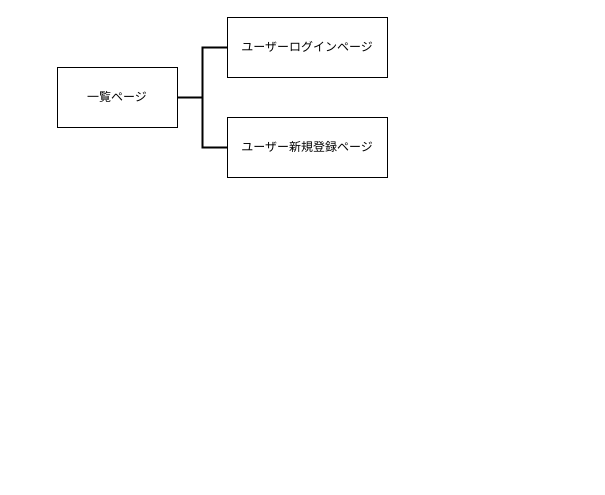
The draw.io diagram 画面遷移図.drawio in fuku0717/climbing_app, before the edit. Source tidied: cells renumbered, new cells numbered last; positions are measured from the earlier drawing's top-left corner, leaving out a move shared by most shapes. Both pictures are drawn from the tidied source at 100%, with x=0, y=0 at pixel (57, 17).
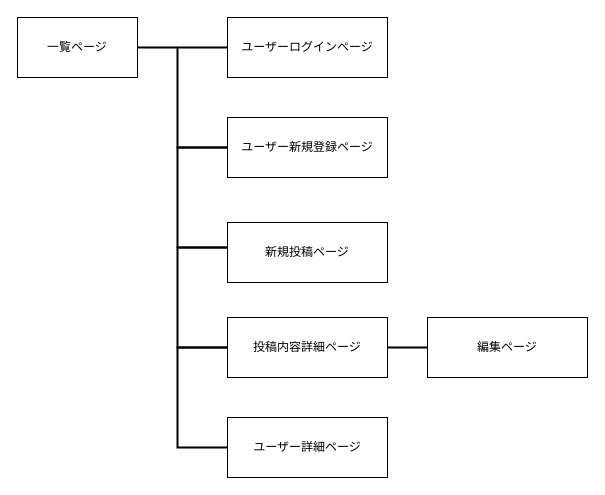
The same page after the edit.

Commit message:
画面遷移図.drawio を更新します

What changed in the source:
```diff
@@
 <mxGraphModel>
   <root>
     <mxCell id="0" />
     <mxCell id="1" parent="0" />
-    <mxCell id="2" style="strokeWidth=2;html=1;shape=mxgraph.flowchart.annotation_2;align=left;labelPosition=right;" parent="1" vertex="1">
-      <mxGeometry x="120" y="30" width="50" height="100" as="geometry" />
-    </mxCell>
     <mxCell id="3" value="一覧ページ" style="rounded=0;whiteSpace=wrap;html=1;" parent="1" vertex="1">
-      <mxGeometry y="50" width="120" height="60" as="geometry" />
+      <mxGeometry x="-40" width="120" height="60" as="geometry" />
     </mxCell>
     <mxCell id="4" value="ユーザーログインページ" style="rounded=0;whiteSpace=wrap;html=1;" parent="1" vertex="1">
       <mxGeometry x="170" width="160" height="60" as="geometry" />
     </mxCell>
     <mxCell id="5" value="ユーザー新規登録ページ" style="rounded=0;whiteSpace=wrap;html=1;" parent="1" vertex="1">
       <mxGeometry x="170" y="100" width="160" height="60" as="geometry" />
     </mxCell>
+    <mxCell id="6" style="edgeStyle=orthogonalEdgeStyle;rounded=0;orthogonalLoop=1;jettySize=auto;html=1;exitX=0.5;exitY=0;exitDx=0;exitDy=0;exitPerimeter=0;entryX=0.5;entryY=0;entryDx=0;entryDy=0;entryPerimeter=0;" parent="1" edge="1">
+      <mxGeometry relative="1" as="geometry">
+        <mxPoint x="155" y="180" as="sourcePoint" />
+        <mxPoint x="155" y="180" as="targetPoint" />
+      </mxGeometry>
+    </mxCell>
+    <mxCell id="7" style="line;strokeWidth=2;html=1;perimeter=backbonePerimeter;" parent="1" vertex="1">
+      <mxGeometry x="80" y="25" width="40" height="10" as="geometry" />
+    </mxCell>
+    <mxCell id="8" value="新規投稿ページ" style="rounded=0;whiteSpace=wrap;html=1;" parent="1" vertex="1">
+      <mxGeometry x="170" y="205" width="160" height="60" as="geometry" />
+    </mxCell>
+    <mxCell id="9" value="投稿内容詳細ページ" style="rounded=0;whiteSpace=wrap;html=1;" parent="1" vertex="1">
+      <mxGeometry x="170" y="300" width="160" height="60" as="geometry" />
+    </mxCell>
+    <mxCell id="10" value="編集ページ" style="rounded=0;whiteSpace=wrap;html=1;" parent="1" vertex="1">
+      <mxGeometry x="370" y="300" width="160" height="60" as="geometry" />
+    </mxCell>
+    <mxCell id="11" style="strokeWidth=2;html=1;shape=mxgraph.flowchart.annotation_1;align=left;" parent="1" vertex="1">
+      <mxGeometry x="120" y="30" width="50" height="100" as="geometry" />
+    </mxCell>
+    <mxCell id="12" style="strokeWidth=2;html=1;shape=mxgraph.flowchart.annotation_1;align=left;" parent="1" vertex="1">
+      <mxGeometry x="120" y="130" width="50" height="100" as="geometry" />
+    </mxCell>
+    <mxCell id="13" value="ユーザー詳細ページ" style="rounded=0;whiteSpace=wrap;html=1;" parent="1" vertex="1">
+      <mxGeometry x="170" y="400" width="160" height="60" as="geometry" />
+    </mxCell>
+    <mxCell id="14" style="line;strokeWidth=2;html=1;perimeter=backbonePerimeter;" parent="1" vertex="1">
+      <mxGeometry x="330" y="325" width="40" height="10" as="geometry" />
+    </mxCell>
+    <mxCell id="15" style="strokeWidth=2;html=1;shape=mxgraph.flowchart.annotation_1;align=left;" parent="1" vertex="1">
+      <mxGeometry x="120" y="230" width="50" height="100" as="geometry" />
+    </mxCell>
+    <mxCell id="16" style="strokeWidth=2;html=1;shape=mxgraph.flowchart.annotation_1;align=left;" parent="1" vertex="1">
+      <mxGeometry x="120" y="330" width="50" height="100" as="geometry" />
+    </mxCell>
   </root>
 </mxGraphModel>
```
